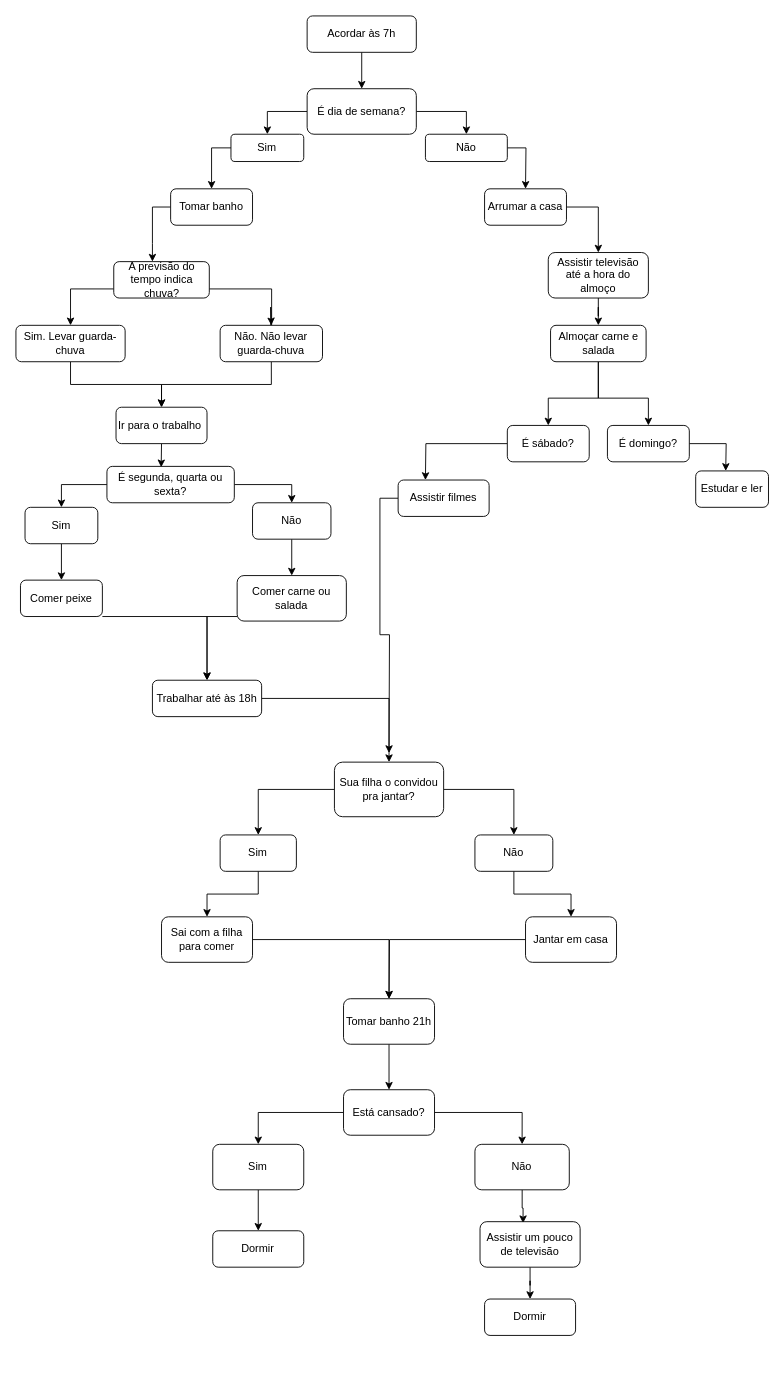
Earlier version of the draw.io diagram Untitled Diagram.drawio (sergiofagundesb/js_exercises). Source tidied: cells renumbered, new cells numbered last; positions are measured from the earlier drawing's top-left corner, leaving out a move shared by most shapes. Both pictures are drawn from the tidied source at 91%, with x=0, y=0 at pixel (15, 15).
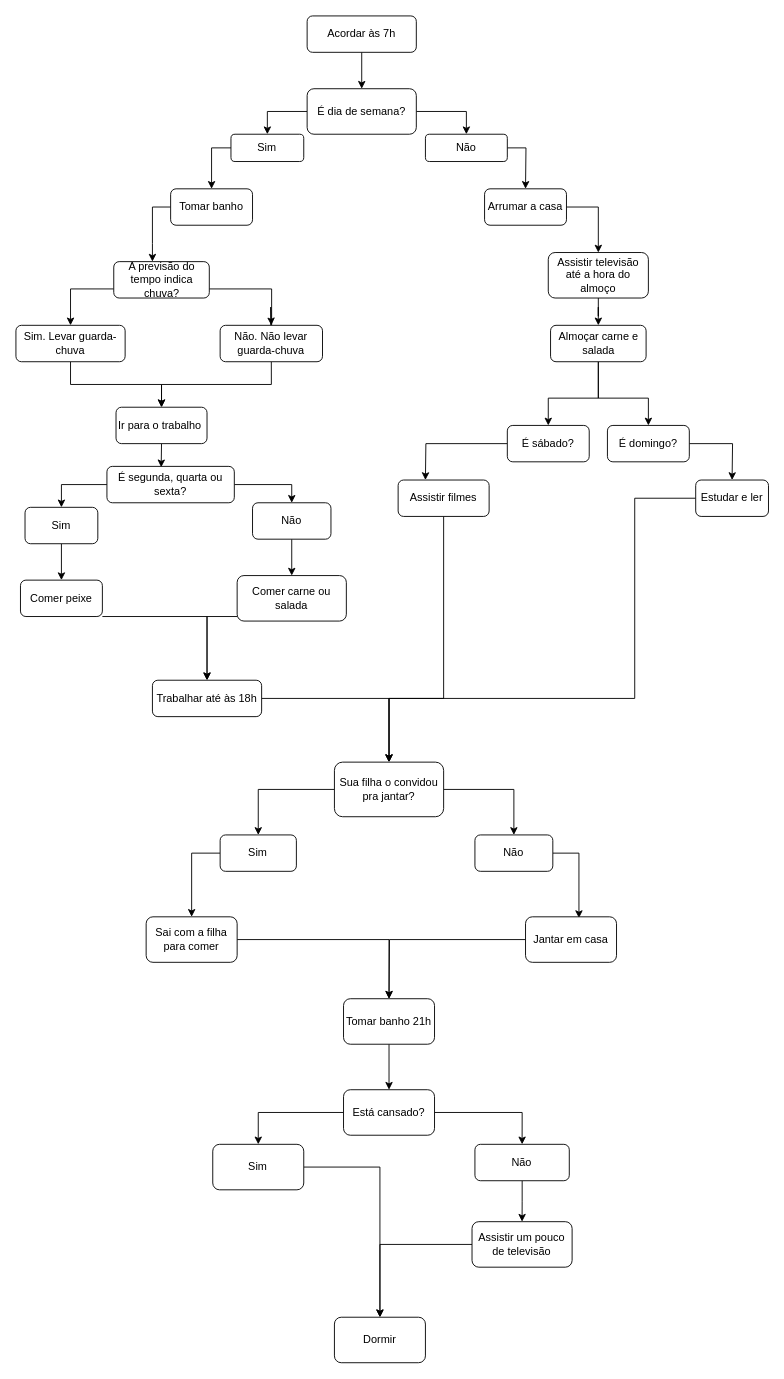
The same diagram, later.

Commit message:
Fluxograma rotina dr Arnaldo exercício aula 16

The change refers to these unchanged cells:
```xml
<mxCell id="45" value="É domingo?" style="rounded=1;whiteSpace=wrap;html=1;" parent="1" vertex="1">
  <mxGeometry x="650" y="450" width="90" height="40" as="geometry" />
</mxCell>
<mxCell id="48" value="Assistir filmes" style="rounded=1;whiteSpace=wrap;html=1;" parent="1" vertex="1">
  <mxGeometry x="420" y="510" width="100" height="40" as="geometry" />
</mxCell>
<mxCell id="51" value="Sua filha o convidou pra jantar?" style="rounded=1;whiteSpace=wrap;html=1;" parent="1" vertex="1">
  <mxGeometry x="350" y="820" width="120" height="60" as="geometry" />
</mxCell>
<mxCell id="53" value="Sim" style="rounded=1;whiteSpace=wrap;html=1;" parent="1" vertex="1">
  <mxGeometry x="224.4" y="900" width="83.8" height="40" as="geometry" />
</mxCell>
<mxCell id="55" value="Não" style="rounded=1;whiteSpace=wrap;html=1;" parent="1" vertex="1">
  <mxGeometry x="504.4" y="900" width="85.6" height="40" as="geometry" />
</mxCell>
<mxCell id="59" value="Jantar em casa" style="rounded=1;whiteSpace=wrap;html=1;" parent="1" vertex="1">
  <mxGeometry x="560" y="990" width="100" height="50" as="geometry" />
</mxCell>
```

Change to the diagram source:
```diff
@@
     <mxCell id="44" style="edgeStyle=orthogonalEdgeStyle;rounded=0;jettySize=auto;html=1;" parent="1" edge="1" source="45">
       <mxGeometry relative="1" as="geometry">
-        <mxPoint x="780" y="500" as="targetPoint" />
+        <mxPoint x="787" y="510" as="targetPoint" />
       </mxGeometry>
     </mxCell>
@@
+    <mxCell id="73" style="edgeStyle=orthogonalEdgeStyle;rounded=0;jettySize=auto;html=1;entryX=0.5;entryY=0;entryDx=0;entryDy=0;" parent="1" edge="1" source="46" target="51">
+      <mxGeometry relative="1" as="geometry">
+        <Array as="points">
+          <mxPoint x="680" y="530" />
+          <mxPoint x="680" y="750" />
+          <mxPoint x="410" y="750" />
+        </Array>
+      </mxGeometry>
+    </mxCell>
     <mxCell id="46" value="Estudar e ler" style="rounded=1;whiteSpace=wrap;html=1;" parent="1" vertex="1">
-      <mxGeometry x="747" y="500" width="80" height="40" as="geometry" />
+      <mxGeometry x="747" y="510" width="80" height="40" as="geometry" />
     </mxCell>
-    <mxCell id="47" style="edgeStyle=orthogonalEdgeStyle;rounded=0;jettySize=auto;html=1;" parent="1" edge="1" source="48">
-      <mxGeometry relative="1" as="geometry">
-        <mxPoint x="410" y="810" as="targetPoint" />
-      </mxGeometry>
-    </mxCell>
+    <mxCell id="74" style="edgeStyle=orthogonalEdgeStyle;rounded=0;jettySize=auto;html=1;entryX=0.5;entryY=0;entryDx=0;entryDy=0;" parent="1" edge="1" source="48" target="51">
+      <mxGeometry relative="1" as="geometry">
+        <Array as="points">
+          <mxPoint x="470" y="750" />
+          <mxPoint x="410" y="750" />
+        </Array>
+      </mxGeometry>
+    </mxCell>
@@
-    <mxCell id="52" style="edgeStyle=orthogonalEdgeStyle;rounded=0;jettySize=auto;html=1;entryX=0.5;entryY=0;entryDx=0;entryDy=0;" parent="1" edge="1" source="53" target="57">
+    <mxCell id="52" style="edgeStyle=orthogonalEdgeStyle;rounded=0;jettySize=auto;html=1;entryX=0.5;entryY=0;entryDx=0;entryDy=0;exitX=0;exitY=0.5;exitDx=0;exitDy=0;" parent="1" edge="1" source="53" target="57">
       <mxGeometry relative="1" as="geometry" />
     </mxCell>
@@
-    <mxCell id="54" style="edgeStyle=orthogonalEdgeStyle;rounded=0;jettySize=auto;html=1;entryX=0.5;entryY=0;entryDx=0;entryDy=0;" parent="1" edge="1" source="55" target="59">
+    <mxCell id="54" style="edgeStyle=orthogonalEdgeStyle;rounded=0;jettySize=auto;html=1;entryX=0.587;entryY=0.027;entryDx=0;entryDy=0;entryPerimeter=0;exitX=1;exitY=0.5;exitDx=0;exitDy=0;" parent="1" edge="1" source="55" target="59">
       <mxGeometry relative="1" as="geometry" />
     </mxCell>
@@
     <mxCell id="57" value="Sai com a filha para comer" style="rounded=1;whiteSpace=wrap;html=1;" parent="1" vertex="1">
-      <mxGeometry x="160" y="990" width="100" height="50" as="geometry" />
+      <mxGeometry x="143.1" y="990" width="100" height="50" as="geometry" />
     </mxCell>
-    <mxCell id="58" style="edgeStyle=orthogonalEdgeStyle;rounded=0;jettySize=auto;html=1;" parent="1" edge="1" source="59">
-      <mxGeometry relative="1" as="geometry">
-        <mxPoint x="410" y="1080" as="targetPoint" />
-      </mxGeometry>
-    </mxCell>
+    <mxCell id="75" style="edgeStyle=orthogonalEdgeStyle;rounded=0;jettySize=auto;html=1;" parent="1" edge="1" source="59">
+      <mxGeometry relative="1" as="geometry">
+        <mxPoint x="410" y="1080" as="targetPoint" />
+      </mxGeometry>
+    </mxCell>
@@
-    <mxCell id="67" style="edgeStyle=orthogonalEdgeStyle;rounded=0;jettySize=auto;html=1;entryX=0.43;entryY=0.033;entryDx=0;entryDy=0;entryPerimeter=0;" parent="1" edge="1" source="68" target="71">
+    <mxCell id="67" style="edgeStyle=orthogonalEdgeStyle;rounded=0;jettySize=auto;html=1;entryX=0.5;entryY=0;entryDx=0;entryDy=0;" parent="1" edge="1" source="68" target="71">
       <mxGeometry relative="1" as="geometry" />
     </mxCell>
     <mxCell id="68" value="Não" style="rounded=1;whiteSpace=wrap;html=1;" parent="1" vertex="1">
-      <mxGeometry x="504.4" y="1240" width="103.7" height="50" as="geometry" />
+      <mxGeometry x="504.4" y="1240" width="103.7" height="40" as="geometry" />
     </mxCell>
-    <mxCell id="69" value="Dormir" style="rounded=1;whiteSpace=wrap;html=1;" parent="1" vertex="1">
-      <mxGeometry x="515" y="1410" width="100" height="40" as="geometry" />
-    </mxCell>
-    <mxCell id="70" style="edgeStyle=orthogonalEdgeStyle;rounded=0;jettySize=auto;html=1;entryX=0.5;entryY=0;entryDx=0;entryDy=0;" parent="1" edge="1" source="71" target="69">
-      <mxGeometry relative="1" as="geometry" />
-    </mxCell>
+    <mxCell id="76" style="edgeStyle=orthogonalEdgeStyle;rounded=0;jettySize=auto;html=1;entryX=0.5;entryY=0;entryDx=0;entryDy=0;" parent="1" edge="1" source="71" target="72">
+      <mxGeometry relative="1" as="geometry" />
+    </mxCell>
     <mxCell id="71" value="Assistir um pouco de televisão" style="rounded=1;whiteSpace=wrap;html=1;" parent="1" vertex="1">
-      <mxGeometry x="510" y="1325" width="110" height="50" as="geometry" />
+      <mxGeometry x="501.2" y="1325" width="110" height="50" as="geometry" />
     </mxCell>
     <mxCell id="72" value="Dormir" style="rounded=1;whiteSpace=wrap;html=1;" parent="1" vertex="1">
-      <mxGeometry x="216.3" y="1335" width="100" height="40" as="geometry" />
+      <mxGeometry x="350" y="1430" width="100" height="50" as="geometry" />
     </mxCell>
```
